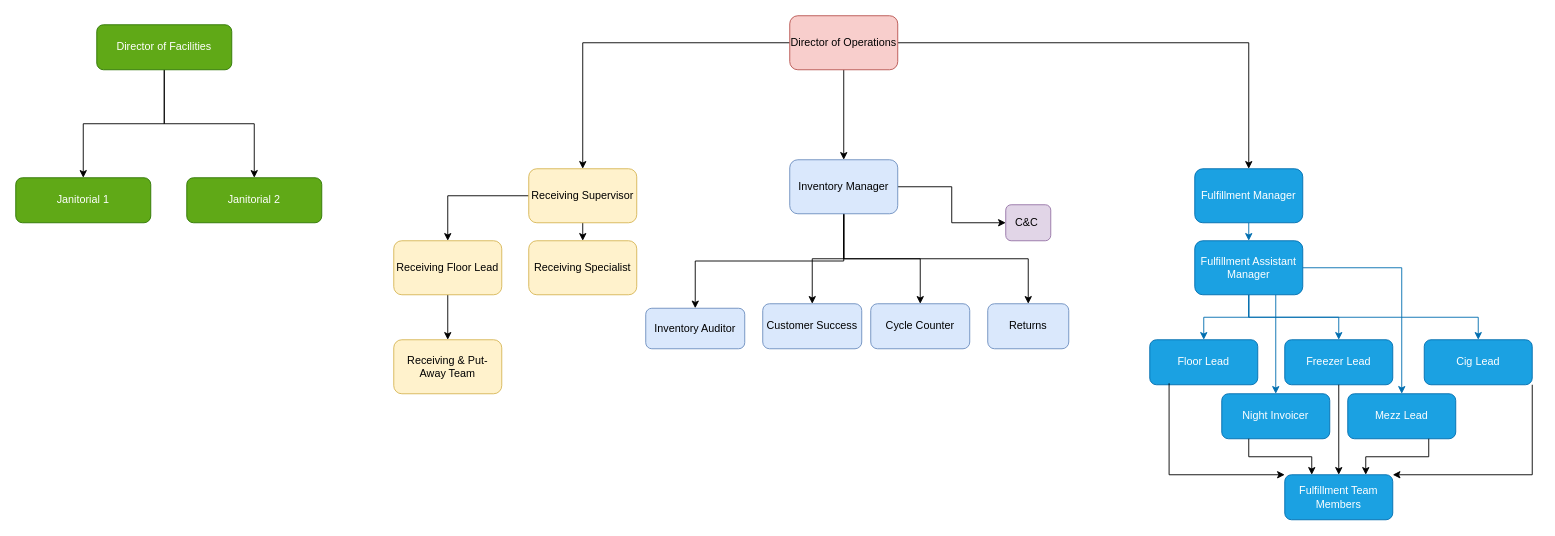
Earlier version of the draw.io diagram page "MT WH" (2 of 3) of InventoryDept.drawio (GpBrenden/MyCharts). Source tidied: cells renumbered, new cells numbered last; positions are measured from the earlier drawing's top-left corner, leaving out a move shared by most shapes. Both pictures are drawn from the tidied source at 90%, with x=0, y=0 at pixel (15, 15).
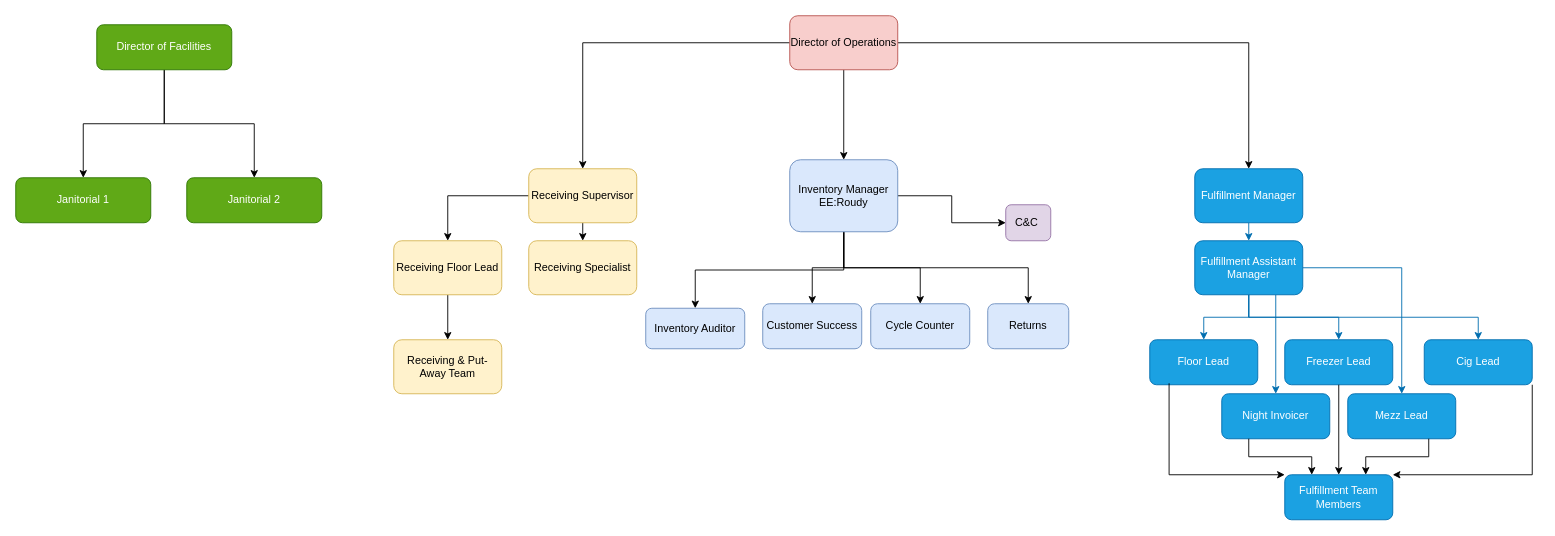
The same diagram, later.

What changed in the source:
```diff
@@
-    <mxCell id="14" value="Inventory Manager" style="rounded=1;whiteSpace=wrap;html=1;fillColor=#dae8fc;strokeColor=#6c8ebf;" parent="1" vertex="1">
-      <mxGeometry x="860" y="160" width="120" height="60" as="geometry" />
-    </mxCell>
+    <object id="14" label="Inventory Manager&lt;div&gt;EE:&lt;span style=&quot;background-color: transparent; color: light-dark(rgb(0, 0, 0), rgb(255, 255, 255));&quot;&gt;%EEName%&lt;/span&gt;&lt;/div&gt;" EEName="Roudy" placeholders="1">
+      <mxCell style="rounded=1;whiteSpace=wrap;html=1;fillColor=#dae8fc;strokeColor=#6c8ebf;" parent="1" vertex="1">
+        <mxGeometry x="860" y="160" width="120" height="80" as="geometry" />
+      </mxCell>
+    </object>
```
